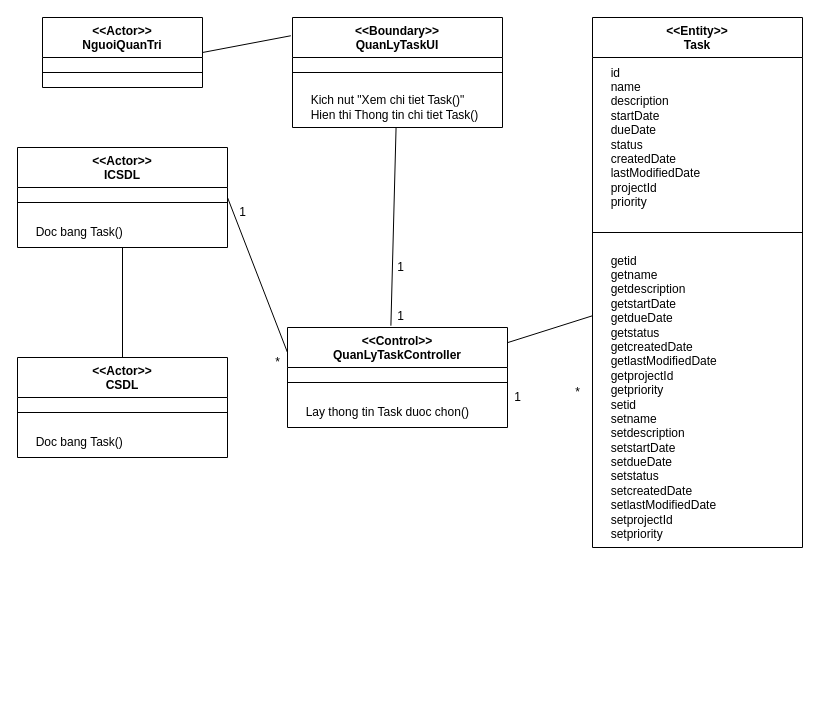
chickenlazy/college keeps this draw.io diagram as page "XemTask" (6 of 7) of Báo Cáo/VOPC/VPOC.drawio. Above is the earlier version. Source tidied: cells renumbered, new cells numbered last; positions are measured from the earlier drawing's top-left corner, leaving out a move shared by most shapes. Both pictures are drawn from the tidied source at 100%, with x=0, y=0 at pixel (17, 17).
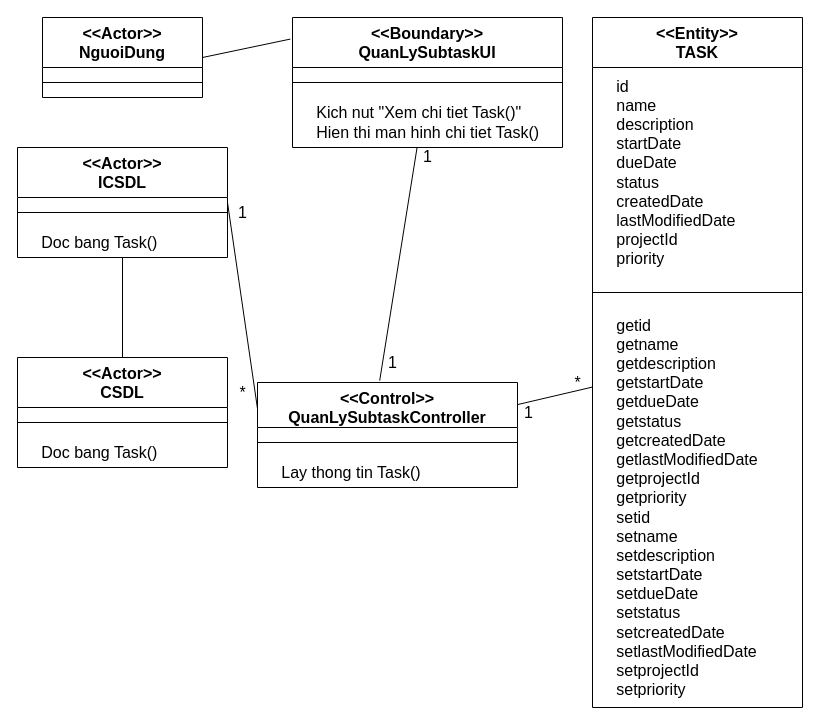
The same diagram, later.

Diff of the diagram source:
```diff
@@
-    <mxCell id="2" value="&amp;lt;&amp;lt;Actor&amp;gt;&amp;gt;&lt;div&gt;NguoiQuanTri&lt;/div&gt;" style="swimlane;fontStyle=1;align=center;verticalAlign=top;horizontal=1;startSize=40;whiteSpace=wrap;html=1;" parent="1" vertex="1">
-      <mxGeometry x="25" width="160" height="70" as="geometry" />
+    <mxCell id="2" value="&amp;lt;&amp;lt;Actor&amp;gt;&amp;gt;&lt;div&gt;NguoiDung&lt;/div&gt;" style="swimlane;fontStyle=1;align=center;verticalAlign=top;horizontal=1;startSize=50;whiteSpace=wrap;html=1;fontSize=16;" parent="1" vertex="1">
+      <mxGeometry x="25" width="160" height="80" as="geometry" />
     </mxCell>
-    <mxCell id="3" style="line;strokeWidth=1;fillColor=none;align=left;verticalAlign=middle;spacingTop=-1;spacingLeft=3;spacingRight=3;labelPosition=right;strokeColor=inherit;" parent="2" vertex="1">
-      <mxGeometry y="40" width="160" height="30" as="geometry" />
+    <mxCell id="3" style="line;strokeWidth=1;fillColor=none;align=left;verticalAlign=middle;spacingTop=-1;spacingLeft=3;spacingRight=3;labelPosition=right;strokeColor=inherit;fontSize=16;" parent="2" vertex="1">
+      <mxGeometry y="50" width="160" height="30" as="geometry" />
     </mxCell>
-    <mxCell id="4" value="&amp;lt;&amp;lt;Boundary&amp;gt;&amp;gt;&lt;div&gt;QuanLyTaskUI&lt;/div&gt;" style="swimlane;fontStyle=1;align=center;verticalAlign=top;horizontal=1;startSize=40;whiteSpace=wrap;html=1;" parent="1" vertex="1">
-      <mxGeometry x="275" width="210" height="110" as="geometry" />
+    <mxCell id="4" value="&amp;lt;&amp;lt;Boundary&amp;gt;&amp;gt;&lt;div&gt;QuanLySubtaskUI&lt;/div&gt;" style="swimlane;fontStyle=1;align=center;verticalAlign=top;horizontal=1;startSize=50;whiteSpace=wrap;html=1;fontSize=16;" parent="1" vertex="1">
+      <mxGeometry x="275" width="270" height="130" as="geometry" />
     </mxCell>
-    <mxCell id="5" style="line;strokeWidth=1;fillColor=none;align=left;verticalAlign=middle;spacingTop=-1;spacingLeft=3;spacingRight=3;labelPosition=right;strokeColor=inherit;" parent="4" vertex="1">
-      <mxGeometry y="40" width="210" height="30" as="geometry" />
+    <mxCell id="5" style="line;strokeWidth=1;fillColor=none;align=left;verticalAlign=middle;spacingTop=-1;spacingLeft=3;spacingRight=3;labelPosition=right;strokeColor=inherit;fontSize=16;" parent="4" vertex="1">
+      <mxGeometry y="50" width="270" height="30" as="geometry" />
     </mxCell>
-    <mxCell id="6" value="&amp;nbsp; &amp;nbsp; &amp;nbsp;Kich nut &quot;Xem chi tiet Task()&quot;&lt;br&gt;&lt;div&gt;&lt;span style=&quot;background-color: transparent; color: light-dark(rgb(0, 0, 0), rgb(255, 255, 255));&quot;&gt;&amp;nbsp; &amp;nbsp; &amp;nbsp;&lt;/span&gt;Hien thi Thong tin chi tiet Task()&lt;/div&gt;" style="text;html=1;align=left;verticalAlign=middle;strokeColor=none;fillColor=none;" parent="4" vertex="1">
-      <mxGeometry y="70" width="210" height="40" as="geometry" />
+    <mxCell id="6" value="&amp;nbsp; &amp;nbsp; &amp;nbsp;Kich nut &quot;Xem chi tiet Task()&quot;&lt;br&gt;&lt;div&gt;&lt;span style=&quot;background-color: transparent; color: light-dark(rgb(0, 0, 0), rgb(255, 255, 255));&quot;&gt;&amp;nbsp; &amp;nbsp; &amp;nbsp;&lt;/span&gt;Hien thi man hinh chi tiet Task()&lt;/div&gt;" style="text;html=1;align=left;verticalAlign=middle;strokeColor=none;fillColor=none;fontSize=16;" parent="4" vertex="1">
+      <mxGeometry y="80" width="270" height="50" as="geometry" />
     </mxCell>
-    <mxCell id="7" value="&amp;lt;&amp;lt;Control&amp;gt;&amp;gt;&lt;div&gt;QuanLyTaskController&lt;/div&gt;" style="swimlane;fontStyle=1;align=center;verticalAlign=top;horizontal=1;startSize=40;whiteSpace=wrap;html=1;" parent="1" vertex="1">
-      <mxGeometry x="270" y="310" width="220" height="100" as="geometry" />
+    <mxCell id="7" value="&amp;lt;&amp;lt;Control&amp;gt;&amp;gt;&lt;div&gt;QuanLySubtaskController&lt;/div&gt;" style="swimlane;fontStyle=1;align=center;verticalAlign=top;horizontal=1;startSize=45;whiteSpace=wrap;html=1;fontSize=16;" parent="1" vertex="1">
+      <mxGeometry x="240" y="365" width="260" height="105" as="geometry" />
     </mxCell>
-    <mxCell id="8" style="line;strokeWidth=1;fillColor=none;align=left;verticalAlign=middle;spacingTop=-1;spacingLeft=3;spacingRight=3;labelPosition=right;strokeColor=inherit;" parent="7" vertex="1">
-      <mxGeometry y="40" width="220" height="30" as="geometry" />
+    <mxCell id="8" style="line;strokeWidth=1;fillColor=none;align=left;verticalAlign=middle;spacingTop=-1;spacingLeft=3;spacingRight=3;labelPosition=right;strokeColor=inherit;fontSize=16;" parent="7" vertex="1">
+      <mxGeometry y="45" width="260" height="30" as="geometry" />
     </mxCell>
-    <mxCell id="9" value="&amp;nbsp; &amp;nbsp; &amp;nbsp;Lay thong tin Task duoc chon()" style="text;html=1;align=left;verticalAlign=middle;strokeColor=none;fillColor=none;" parent="7" vertex="1">
-      <mxGeometry y="70" width="220" height="30" as="geometry" />
+    <mxCell id="9" value="&amp;nbsp; &amp;nbsp; &amp;nbsp;Lay thong tin Task()" style="text;html=1;align=left;verticalAlign=middle;strokeColor=none;fillColor=none;fontSize=16;" parent="7" vertex="1">
+      <mxGeometry y="75" width="260" height="30" as="geometry" />
     </mxCell>
-    <mxCell id="10" value="&amp;lt;&amp;lt;Actor&amp;gt;&amp;gt;&lt;div&gt;CSDL&lt;/div&gt;" style="swimlane;fontStyle=1;align=center;verticalAlign=top;horizontal=1;startSize=40;whiteSpace=wrap;html=1;" parent="1" vertex="1">
-      <mxGeometry y="340" width="210" height="100" as="geometry" />
+    <mxCell id="10" value="&amp;lt;&amp;lt;Actor&amp;gt;&amp;gt;&lt;div&gt;CSDL&lt;/div&gt;" style="swimlane;fontStyle=1;align=center;verticalAlign=top;horizontal=1;startSize=50;whiteSpace=wrap;html=1;fontSize=16;" parent="1" vertex="1">
+      <mxGeometry y="340" width="210" height="110" as="geometry" />
     </mxCell>
-    <mxCell id="11" style="line;strokeWidth=1;fillColor=none;align=left;verticalAlign=middle;spacingTop=-1;spacingLeft=3;spacingRight=3;labelPosition=right;strokeColor=inherit;" parent="10" vertex="1">
-      <mxGeometry y="40" width="210" height="30" as="geometry" />
+    <mxCell id="11" style="line;strokeWidth=1;fillColor=none;align=left;verticalAlign=middle;spacingTop=-1;spacingLeft=3;spacingRight=3;labelPosition=right;strokeColor=inherit;fontSize=16;" parent="10" vertex="1">
+      <mxGeometry y="50" width="210" height="30" as="geometry" />
     </mxCell>
-    <mxCell id="12" value="&amp;nbsp; &amp;nbsp; &amp;nbsp;Doc bang Task()" style="text;html=1;align=left;verticalAlign=middle;strokeColor=none;fillColor=none;" parent="10" vertex="1">
-      <mxGeometry y="70" width="210" height="30" as="geometry" />
+    <mxCell id="12" value="&amp;nbsp; &amp;nbsp; &amp;nbsp;Doc bang Task()" style="text;html=1;align=left;verticalAlign=middle;strokeColor=none;fillColor=none;fontSize=16;" parent="10" vertex="1">
+      <mxGeometry y="80" width="210" height="30" as="geometry" />
     </mxCell>
-    <mxCell id="13" value="&amp;lt;&amp;lt;Actor&amp;gt;&amp;gt;&lt;div&gt;ICSDL&lt;/div&gt;" style="swimlane;fontStyle=1;align=center;verticalAlign=top;horizontal=1;startSize=40;whiteSpace=wrap;html=1;" parent="1" vertex="1">
-      <mxGeometry y="130" width="210" height="100" as="geometry" />
+    <mxCell id="13" value="&amp;lt;&amp;lt;Actor&amp;gt;&amp;gt;&lt;div&gt;ICSDL&lt;/div&gt;" style="swimlane;fontStyle=1;align=center;verticalAlign=top;horizontal=1;startSize=50;whiteSpace=wrap;html=1;fontSize=16;" parent="1" vertex="1">
+      <mxGeometry y="130" width="210" height="110" as="geometry" />
     </mxCell>
-    <mxCell id="14" style="line;strokeWidth=1;fillColor=none;align=left;verticalAlign=middle;spacingTop=-1;spacingLeft=3;spacingRight=3;labelPosition=right;strokeColor=inherit;" parent="13" vertex="1">
-      <mxGeometry y="40" width="210" height="30" as="geometry" />
+    <mxCell id="14" style="line;strokeWidth=1;fillColor=none;align=left;verticalAlign=middle;spacingTop=-1;spacingLeft=3;spacingRight=3;labelPosition=right;strokeColor=inherit;fontSize=16;" parent="13" vertex="1">
+      <mxGeometry y="50" width="210" height="30" as="geometry" />
     </mxCell>
-    <mxCell id="15" value="&amp;nbsp; &amp;nbsp; &amp;nbsp;Doc bang Task()" style="text;html=1;align=left;verticalAlign=middle;strokeColor=none;fillColor=none;" parent="13" vertex="1">
-      <mxGeometry y="70" width="210" height="30" as="geometry" />
+    <mxCell id="15" value="&amp;nbsp; &amp;nbsp; &amp;nbsp;Doc bang Task()" style="text;html=1;align=left;verticalAlign=middle;strokeColor=none;fillColor=none;fontSize=16;" parent="13" vertex="1">
+      <mxGeometry y="80" width="210" height="30" as="geometry" />
     </mxCell>
-    <mxCell id="16" value="&amp;lt;&amp;lt;Entity&amp;gt;&amp;gt;&lt;div&gt;Task&lt;/div&gt;" style="swimlane;fontStyle=1;align=center;verticalAlign=top;horizontal=1;startSize=40;whiteSpace=wrap;html=1;" parent="1" vertex="1">
-      <mxGeometry x="575" width="210" height="530" as="geometry" />
+    <mxCell id="16" value="&amp;lt;&amp;lt;Entity&amp;gt;&amp;gt;&lt;div&gt;TASK&lt;/div&gt;" style="swimlane;fontStyle=1;align=center;verticalAlign=top;horizontal=1;startSize=50;whiteSpace=wrap;html=1;fontSize=16;" parent="1" vertex="1">
+      <mxGeometry x="575" width="210" height="690" as="geometry" />
     </mxCell>
-    <mxCell id="17" value="&amp;nbsp; &amp;nbsp; &amp;nbsp;id&lt;div&gt;&amp;nbsp; &amp;nbsp; &amp;nbsp;name&lt;/div&gt;&lt;div&gt;&amp;nbsp; &amp;nbsp; &amp;nbsp;description&lt;/div&gt;&lt;div&gt;&amp;nbsp; &amp;nbsp; &amp;nbsp;startDate&lt;/div&gt;&lt;div&gt;&amp;nbsp; &amp;nbsp; &amp;nbsp;dueDate&lt;/div&gt;&lt;div&gt;&amp;nbsp; &amp;nbsp; &amp;nbsp;status&lt;/div&gt;&lt;div&gt;&amp;nbsp; &amp;nbsp; &amp;nbsp;createdDate&lt;/div&gt;&lt;div&gt;&amp;nbsp; &amp;nbsp; &amp;nbsp;lastModifiedDate&lt;/div&gt;&lt;div&gt;&amp;nbsp; &amp;nbsp; &amp;nbsp;projectId&lt;/div&gt;&lt;div&gt;&amp;nbsp; &amp;nbsp; &amp;nbsp;priority&lt;/div&gt;" style="text;html=1;align=left;verticalAlign=middle;strokeColor=none;fillColor=none;" parent="16" vertex="1">
-      <mxGeometry y="40" width="210" height="160" as="geometry" />
+    <mxCell id="17" value="&amp;nbsp; &amp;nbsp; &amp;nbsp;id&lt;div&gt;&amp;nbsp; &amp;nbsp; &amp;nbsp;name&lt;/div&gt;&lt;div&gt;&amp;nbsp; &amp;nbsp; &amp;nbsp;description&lt;/div&gt;&lt;div&gt;&amp;nbsp; &amp;nbsp; &amp;nbsp;startDate&lt;/div&gt;&lt;div&gt;&amp;nbsp; &amp;nbsp; &amp;nbsp;dueDate&lt;/div&gt;&lt;div&gt;&amp;nbsp; &amp;nbsp; &amp;nbsp;status&lt;/div&gt;&lt;div&gt;&amp;nbsp; &amp;nbsp; &amp;nbsp;createdDate&lt;/div&gt;&lt;div&gt;&amp;nbsp; &amp;nbsp; &amp;nbsp;lastModifiedDate&lt;/div&gt;&lt;div&gt;&amp;nbsp; &amp;nbsp; &amp;nbsp;projectId&lt;/div&gt;&lt;div&gt;&amp;nbsp; &amp;nbsp; &amp;nbsp;priority&lt;/div&gt;" style="text;html=1;align=left;verticalAlign=middle;strokeColor=none;fillColor=none;fontSize=16;" parent="16" vertex="1">
+      <mxGeometry y="50" width="210" height="210" as="geometry" />
     </mxCell>
-    <mxCell id="18" style="line;strokeWidth=1;fillColor=none;align=left;verticalAlign=middle;spacingTop=-1;spacingLeft=3;spacingRight=3;labelPosition=right;strokeColor=inherit;" parent="16" vertex="1">
-      <mxGeometry y="200" width="210" height="30" as="geometry" />
+    <mxCell id="18" style="line;strokeWidth=1;fillColor=none;align=left;verticalAlign=middle;spacingTop=-1;spacingLeft=3;spacingRight=3;labelPosition=right;strokeColor=inherit;fontSize=16;" parent="16" vertex="1">
+      <mxGeometry y="260" width="210" height="30" as="geometry" />
     </mxCell>
-    <mxCell id="19" value="&amp;nbsp; &amp;nbsp; &amp;nbsp;getid&lt;div&gt;&amp;nbsp; &amp;nbsp; &amp;nbsp;getname&lt;/div&gt;&lt;div&gt;&amp;nbsp; &amp;nbsp; &amp;nbsp;getdescription&lt;/div&gt;&lt;div&gt;&amp;nbsp; &amp;nbsp; &amp;nbsp;getstartDate&lt;/div&gt;&lt;div&gt;&amp;nbsp; &amp;nbsp; &amp;nbsp;getdueDate&lt;/div&gt;&lt;div&gt;&amp;nbsp; &amp;nbsp; &amp;nbsp;getstatus&lt;/div&gt;&lt;div&gt;&amp;nbsp; &amp;nbsp; &amp;nbsp;getcreatedDate&lt;/div&gt;&lt;div&gt;&amp;nbsp; &amp;nbsp; &amp;nbsp;getlastModifiedDate&lt;/div&gt;&lt;div&gt;&amp;nbsp; &amp;nbsp; &amp;nbsp;getprojectId&lt;/div&gt;&lt;div&gt;&amp;nbsp; &amp;nbsp; &amp;nbsp;getpriority&lt;/div&gt;&lt;div&gt;&amp;nbsp; &amp;nbsp; &amp;nbsp;setid&lt;div&gt;&amp;nbsp; &amp;nbsp; &amp;nbsp;setname&lt;/div&gt;&lt;div&gt;&amp;nbsp; &amp;nbsp; &amp;nbsp;setdescription&lt;/div&gt;&lt;div&gt;&amp;nbsp; &amp;nbsp; &amp;nbsp;setstartDate&lt;/div&gt;&lt;div&gt;&amp;nbsp; &amp;nbsp; &amp;nbsp;setdueDate&lt;/div&gt;&lt;div&gt;&amp;nbsp; &amp;nbsp; &amp;nbsp;setstatus&lt;/div&gt;&lt;div&gt;&amp;nbsp; &amp;nbsp; &amp;nbsp;setcreatedDate&lt;/div&gt;&lt;div&gt;&amp;nbsp; &amp;nbsp; &amp;nbsp;setlastModifiedDate&lt;/div&gt;&lt;div&gt;&amp;nbsp; &amp;nbsp; &amp;nbsp;setprojectId&lt;/div&gt;&lt;/div&gt;&lt;div&gt;&amp;nbsp; &amp;nbsp; &amp;nbsp;setpriority&lt;/div&gt;" style="text;html=1;align=left;verticalAlign=middle;strokeColor=none;fillColor=none;" parent="16" vertex="1">
-      <mxGeometry y="230" width="210" height="300" as="geometry" />
+    <mxCell id="19" value="&amp;nbsp; &amp;nbsp; &amp;nbsp;getid&lt;div&gt;&amp;nbsp; &amp;nbsp; &amp;nbsp;getname&lt;/div&gt;&lt;div&gt;&amp;nbsp; &amp;nbsp; &amp;nbsp;getdescription&lt;/div&gt;&lt;div&gt;&amp;nbsp; &amp;nbsp; &amp;nbsp;getstartDate&lt;/div&gt;&lt;div&gt;&amp;nbsp; &amp;nbsp; &amp;nbsp;getdueDate&lt;/div&gt;&lt;div&gt;&amp;nbsp; &amp;nbsp; &amp;nbsp;getstatus&lt;/div&gt;&lt;div&gt;&amp;nbsp; &amp;nbsp; &amp;nbsp;getcreatedDate&lt;/div&gt;&lt;div&gt;&amp;nbsp; &amp;nbsp; &amp;nbsp;getlastModifiedDate&lt;/div&gt;&lt;div&gt;&amp;nbsp; &amp;nbsp; &amp;nbsp;getprojectId&lt;/div&gt;&lt;div&gt;&amp;nbsp; &amp;nbsp; &amp;nbsp;getpriority&lt;/div&gt;&lt;div&gt;&amp;nbsp; &amp;nbsp; &amp;nbsp;setid&lt;div&gt;&amp;nbsp; &amp;nbsp; &amp;nbsp;setname&lt;/div&gt;&lt;div&gt;&amp;nbsp; &amp;nbsp; &amp;nbsp;setdescription&lt;/div&gt;&lt;div&gt;&amp;nbsp; &amp;nbsp; &amp;nbsp;setstartDate&lt;/div&gt;&lt;div&gt;&amp;nbsp; &amp;nbsp; &amp;nbsp;setdueDate&lt;/div&gt;&lt;div&gt;&amp;nbsp; &amp;nbsp; &amp;nbsp;setstatus&lt;/div&gt;&lt;div&gt;&amp;nbsp; &amp;nbsp; &amp;nbsp;setcreatedDate&lt;/div&gt;&lt;div&gt;&amp;nbsp; &amp;nbsp; &amp;nbsp;setlastModifiedDate&lt;/div&gt;&lt;div&gt;&amp;nbsp; &amp;nbsp; &amp;nbsp;setprojectId&lt;/div&gt;&lt;/div&gt;&lt;div&gt;&amp;nbsp; &amp;nbsp; &amp;nbsp;setpriority&lt;/div&gt;" style="text;html=1;align=left;verticalAlign=middle;strokeColor=none;fillColor=none;fontSize=16;" parent="16" vertex="1">
+      <mxGeometry y="290" width="210" height="400" as="geometry" />
     </mxCell>
-    <mxCell id="20" style="endArrow=none;html=1;rounded=0;exitX=1;exitY=0.5;exitDx=0;exitDy=0;entryX=-0.008;entryY=0.166;entryDx=0;entryDy=0;entryPerimeter=0;" parent="1" edge="1" source="2" target="4">
+    <mxCell id="20" style="endArrow=none;html=1;rounded=0;exitX=1;exitY=0.5;exitDx=0;exitDy=0;entryX=-0.008;entryY=0.166;entryDx=0;entryDy=0;entryPerimeter=0;fontSize=16;" parent="1" edge="1" source="2" target="4">
       <mxGeometry relative="1" as="geometry" />
     </mxCell>
-    <mxCell id="21" style="endArrow=none;html=1;rounded=0;exitX=0.5;exitY=0;exitDx=0;exitDy=0;" parent="1" edge="1" source="10" target="13">
+    <mxCell id="21" style="endArrow=none;html=1;rounded=0;exitX=0.5;exitY=0;exitDx=0;exitDy=0;fontSize=16;" parent="1" edge="1" source="10" target="13">
       <mxGeometry relative="1" as="geometry" />
     </mxCell>
-    <mxCell id="22" style="endArrow=none;html=1;rounded=0;exitX=0;exitY=0.25;exitDx=0;exitDy=0;entryX=1;entryY=0.5;entryDx=0;entryDy=0;" parent="1" edge="1" source="7" target="13">
+    <mxCell id="22" style="endArrow=none;html=1;rounded=0;exitX=0;exitY=0.25;exitDx=0;exitDy=0;entryX=1;entryY=0.5;entryDx=0;entryDy=0;fontSize=16;" parent="1" edge="1" source="7" target="13">
       <mxGeometry relative="1" as="geometry" />
     </mxCell>
-    <mxCell id="23" style="endArrow=none;html=1;rounded=0;" parent="1" edge="1" source="7" target="16">
+    <mxCell id="23" style="endArrow=none;html=1;rounded=0;fontSize=16;" parent="1" edge="1" source="7" target="16">
       <mxGeometry relative="1" as="geometry" />
     </mxCell>
-    <mxCell id="24" style="endArrow=none;html=1;rounded=0;exitX=0.47;exitY=-0.018;exitDx=0;exitDy=0;exitPerimeter=0;" parent="1" edge="1" source="7" target="4">
+    <mxCell id="24" style="endArrow=none;html=1;rounded=0;exitX=0.47;exitY=-0.018;exitDx=0;exitDy=0;exitPerimeter=0;fontSize=16;" parent="1" edge="1" source="7" target="4">
       <mxGeometry relative="1" as="geometry" />
     </mxCell>
-    <mxCell id="25" value="1" style="text;html=1;align=center;verticalAlign=middle;strokeColor=none;fillColor=none;" parent="1" vertex="1">
-      <mxGeometry x="485" y="365" width="30" height="30" as="geometry" />
+    <mxCell id="25" value="1" style="text;html=1;align=center;verticalAlign=middle;strokeColor=none;fillColor=none;fontSize=16;" parent="1" vertex="1">
+      <mxGeometry x="496" y="380" width="30" height="30" as="geometry" />
     </mxCell>
-    <mxCell id="26" value="*" style="text;html=1;align=center;verticalAlign=middle;strokeColor=none;fillColor=none;" parent="1" vertex="1">
-      <mxGeometry x="545" y="360" width="30" height="30" as="geometry" />
+    <mxCell id="26" value="*" style="text;html=1;align=center;verticalAlign=middle;strokeColor=none;fillColor=none;fontSize=16;" parent="1" vertex="1">
+      <mxGeometry x="545" y="350" width="30" height="30" as="geometry" />
     </mxCell>
-    <mxCell id="27" value="1" style="text;html=1;align=center;verticalAlign=middle;strokeColor=none;fillColor=none;" parent="1" vertex="1">
+    <mxCell id="27" value="1" style="text;html=1;align=center;verticalAlign=middle;strokeColor=none;fillColor=none;fontSize=16;" parent="1" vertex="1">
       <mxGeometry x="210" y="180" width="30" height="30" as="geometry" />
     </mxCell>
-    <mxCell id="28" value="*" style="text;html=1;align=center;verticalAlign=middle;strokeColor=none;fillColor=none;" parent="1" vertex="1">
-      <mxGeometry x="245" y="330" width="30" height="30" as="geometry" />
+    <mxCell id="28" value="*" style="text;html=1;align=center;verticalAlign=middle;strokeColor=none;fillColor=none;fontSize=16;" parent="1" vertex="1">
+      <mxGeometry x="210" y="360" width="30" height="30" as="geometry" />
     </mxCell>
-    <mxCell id="29" value="1" style="text;html=1;align=center;verticalAlign=middle;strokeColor=none;fillColor=none;" parent="1" vertex="1">
-      <mxGeometry x="368" y="235" width="30" height="30" as="geometry" />
+    <mxCell id="29" value="1" style="text;html=1;align=center;verticalAlign=middle;strokeColor=none;fillColor=none;fontSize=16;" parent="1" vertex="1">
+      <mxGeometry x="395" y="124" width="30" height="30" as="geometry" />
     </mxCell>
-    <mxCell id="30" value="1" style="text;html=1;align=center;verticalAlign=middle;strokeColor=none;fillColor=none;" parent="1" vertex="1">
-      <mxGeometry x="368" y="284" width="30" height="30" as="geometry" />
+    <mxCell id="30" value="1" style="text;html=1;align=center;verticalAlign=middle;strokeColor=none;fillColor=none;fontSize=16;" parent="1" vertex="1">
+      <mxGeometry x="360" y="330" width="30" height="30" as="geometry" />
     </mxCell>
```
